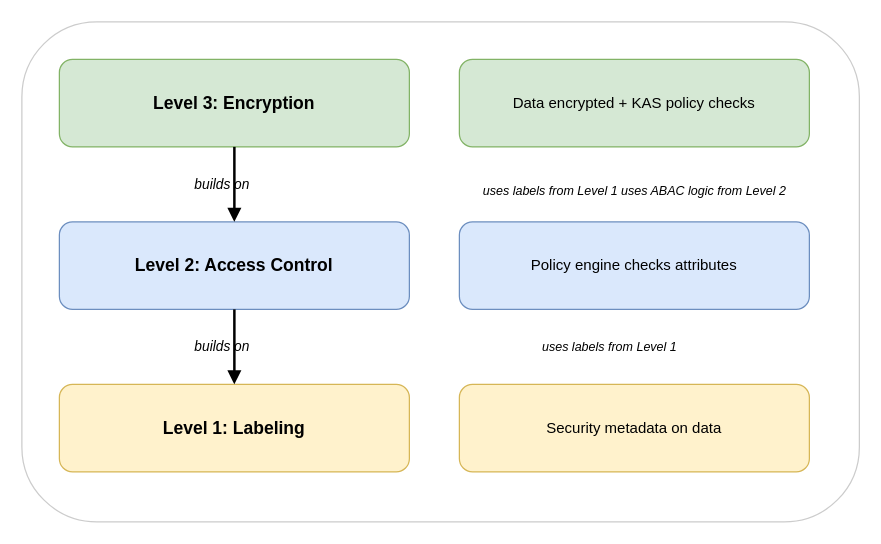
Above: docs/labs/diagrams/three-levels-overview.drawio in iamtgray/dcs-data-exchange (draw.io), before the change. Source tidied: cells renumbered, new cells numbered last; positions are measured from the earlier drawing's top-left corner, leaving out a move shared by most shapes. Both pictures are drawn from the tidied source at 125%, with x=0, y=0 at pixel (21, 21).
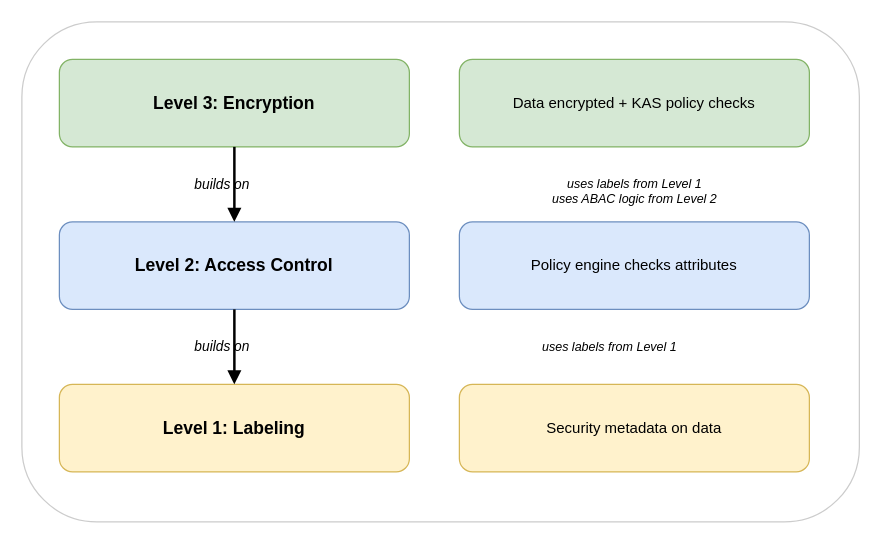
Above is the later version.

Change to the diagram source:
```diff
@@
 <mxGraphModel background="#FFFFFF">
   <root>
     <mxCell id="0" />
     <mxCell id="1" parent="0" />
     <mxCell id="2" style="rounded=1;whiteSpace=wrap;html=1;fillColor=#FFFFFF;strokeColor=#CCCCCC;shadow=0;strokeWidth=1;" parent="1" vertex="1">
       <mxGeometry width="670" height="400" as="geometry" />
     </mxCell>
     <mxCell id="3" value="Level 3: Encryption" style="rounded=1;whiteSpace=wrap;html=1;fillColor=#d5e8d4;strokeColor=#82b366;fontSize=14;fontStyle=1;verticalAlign=middle;align=center;" parent="1" vertex="1">
       <mxGeometry x="30" y="30" width="280" height="70" as="geometry" />
     </mxCell>
     <mxCell id="4" value="Data encrypted + KAS policy checks" style="rounded=1;whiteSpace=wrap;html=1;fillColor=#d5e8d4;strokeColor=#82b366;fontSize=12;verticalAlign=middle;align=center;" parent="1" vertex="1">
       <mxGeometry x="350" y="30" width="280" height="70" as="geometry" />
     </mxCell>
     <mxCell id="5" value="Level 2: Access Control" style="rounded=1;whiteSpace=wrap;html=1;fillColor=#dae8fc;strokeColor=#6c8ebf;fontSize=14;fontStyle=1;verticalAlign=middle;align=center;" parent="1" vertex="1">
       <mxGeometry x="30" y="160" width="280" height="70" as="geometry" />
     </mxCell>
     <mxCell id="6" value="Policy engine checks attributes" style="rounded=1;whiteSpace=wrap;html=1;fillColor=#dae8fc;strokeColor=#6c8ebf;fontSize=12;verticalAlign=middle;align=center;" parent="1" vertex="1">
       <mxGeometry x="350" y="160" width="280" height="70" as="geometry" />
     </mxCell>
     <mxCell id="7" value="Level 1: Labeling" style="rounded=1;whiteSpace=wrap;html=1;fillColor=#fff2cc;strokeColor=#d6b656;fontSize=14;fontStyle=1;verticalAlign=middle;align=center;" parent="1" vertex="1">
       <mxGeometry x="30" y="290" width="280" height="70" as="geometry" />
     </mxCell>
     <mxCell id="8" value="Security metadata on data" style="rounded=1;whiteSpace=wrap;html=1;fillColor=#fff2cc;strokeColor=#d6b656;fontSize=12;verticalAlign=middle;align=center;" parent="1" vertex="1">
       <mxGeometry x="350" y="290" width="280" height="70" as="geometry" />
     </mxCell>
     <mxCell id="9" value="builds on" style="text;html=1;align=center;verticalAlign=middle;strokeColor=none;fillColor=none;fontStyle=2;fontSize=11;" parent="1" vertex="1">
       <mxGeometry x="120" y="115" width="80" height="30" as="geometry" />
     </mxCell>
     <mxCell id="10" value="builds on" style="text;html=1;align=center;verticalAlign=middle;strokeColor=none;fillColor=none;fontStyle=2;fontSize=11;" parent="1" vertex="1">
       <mxGeometry x="120" y="245" width="80" height="30" as="geometry" />
     </mxCell>
-    <mxCell id="11" value="uses labels from Level 1 uses ABAC logic from Level 2" style="text;html=1;align=center;verticalAlign=middle;strokeColor=none;fillColor=none;fontStyle=2;fontSize=10;" parent="1" vertex="1">
+    <mxCell id="11" value="uses labels from Level 1&lt;br&gt;uses ABAC logic from Level 2" style="text;html=1;align=center;verticalAlign=middle;strokeColor=none;fillColor=none;fontStyle=2;fontSize=10;" parent="1" vertex="1">
       <mxGeometry x="380" y="115" width="220" height="40" as="geometry" />
     </mxCell>
     <mxCell id="12" value="uses labels from Level 1" style="text;html=1;align=center;verticalAlign=middle;strokeColor=none;fillColor=none;fontStyle=2;fontSize=10;" parent="1" vertex="1">
       <mxGeometry x="380" y="245" width="180" height="30" as="geometry" />
     </mxCell>
     <mxCell id="13" style="edgeStyle=orthogonalEdgeStyle;rounded=1;endArrow=block;endFill=1;strokeWidth=2;" parent="1" edge="1" source="3" target="5">
       <mxGeometry relative="1" as="geometry" />
     </mxCell>
     <mxCell id="14" style="edgeStyle=orthogonalEdgeStyle;rounded=1;endArrow=block;endFill=1;strokeWidth=2;" parent="1" edge="1" source="5" target="7">
       <mxGeometry relative="1" as="geometry" />
     </mxCell>
   </root>
 </mxGraphModel>
```
